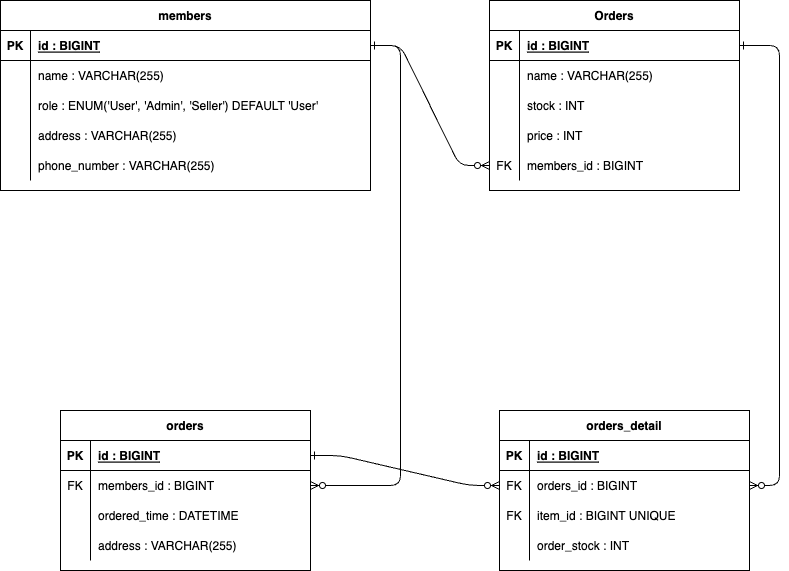
Above: erd/relational_diagram_order.png in young2866/MariaDB_syntax (draw.io), before the change. Source tidied: cells renumbered, new cells last; positions are measured from the earlier drawing's top-left corner, leaving out a move shared by most shapes.
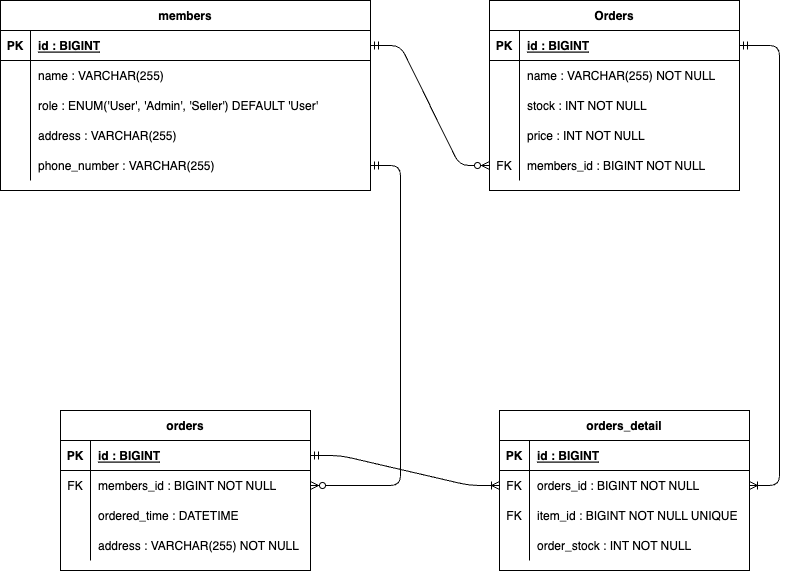
The same file after the commit.

What changed in the source:
```diff
@@ -2,10 +2,10 @@
   <root>
     <mxCell id="0" />
     <mxCell id="1" parent="0" />
-    <mxCell id="2" style="edgeStyle=entityRelationEdgeStyle;endArrow=ERzeroToMany;startArrow=ERone;endFill=1;startFill=0;" parent="1" edge="1" source="34" target="17">
+    <mxCell id="2" style="edgeStyle=entityRelationEdgeStyle;endArrow=ERzeroToMany;startArrow=ERmandOne;endFill=1;startFill=0;" parent="1" edge="1" source="34" target="17">
       <mxGeometry relative="1" as="geometry" />
     </mxCell>
-    <mxCell id="3" style="edgeStyle=entityRelationEdgeStyle;endArrow=ERzeroToMany;startArrow=ERone;endFill=1;startFill=0;" parent="1" edge="1" source="5" target="24">
+    <mxCell id="3" style="edgeStyle=entityRelationEdgeStyle;endArrow=ERoneToMany;startArrow=ERmandOne;endFill=0;startFill=0;" parent="1" edge="1" source="5" target="24">
       <mxGeometry relative="1" as="geometry" />
     </mxCell>
     <mxCell id="4" value="Orders" style="shape=table;startSize=30;rowLines=0;fontStyle=1;align=center;" parent="1" vertex="1">
@@ -26,7 +26,7 @@
     <mxCell id="9" style="shape=partialRectangle;overflow=hidden;fillColor=none;top=0;left=0;bottom=0;right=0;" parent="8" vertex="1">
       <mxGeometry width="30" height="30" as="geometry" />
     </mxCell>
-    <mxCell id="10" value="name : VARCHAR(255)" style="shape=partialRectangle;overflow=hidden;fillColor=none;top=0;left=0;bottom=0;right=0;align=left;spacingLeft=6;" parent="8" vertex="1">
+    <mxCell id="10" value="name : VARCHAR(255) NOT NULL" style="shape=partialRectangle;overflow=hidden;fillColor=none;top=0;left=0;bottom=0;right=0;align=left;spacingLeft=6;" parent="8" vertex="1">
       <mxGeometry x="30" width="220" height="30" as="geometry" />
     </mxCell>
     <mxCell id="11" style="shape=partialRectangle;fillColor=none;top=0;left=0;right=0;bottom=0;" parent="4" vertex="1">
@@ -35,7 +35,7 @@
     <mxCell id="12" style="shape=partialRectangle;overflow=hidden;fillColor=none;top=0;left=0;bottom=0;right=0;" parent="11" vertex="1">
       <mxGeometry width="30" height="30" as="geometry" />
     </mxCell>
-    <mxCell id="13" value="stock : INT" style="shape=partialRectangle;overflow=hidden;fillColor=none;top=0;left=0;bottom=0;right=0;align=left;spacingLeft=6;" parent="11" vertex="1">
+    <mxCell id="13" value="stock : INT NOT NULL" style="shape=partialRectangle;overflow=hidden;fillColor=none;top=0;left=0;bottom=0;right=0;align=left;spacingLeft=6;" parent="11" vertex="1">
       <mxGeometry x="30" width="220" height="30" as="geometry" />
     </mxCell>
     <mxCell id="14" style="shape=partialRectangle;fillColor=none;top=0;left=0;right=0;bottom=0;" parent="4" vertex="1">
@@ -44,7 +44,7 @@
     <mxCell id="15" style="shape=partialRectangle;overflow=hidden;fillColor=none;top=0;left=0;bottom=0;right=0;" parent="14" vertex="1">
       <mxGeometry width="30" height="30" as="geometry" />
     </mxCell>
-    <mxCell id="16" value="price : INT" style="shape=partialRectangle;overflow=hidden;fillColor=none;top=0;left=0;bottom=0;right=0;align=left;spacingLeft=6;" parent="14" vertex="1">
+    <mxCell id="16" value="price : INT NOT NULL" style="shape=partialRectangle;overflow=hidden;fillColor=none;top=0;left=0;bottom=0;right=0;align=left;spacingLeft=6;" parent="14" vertex="1">
       <mxGeometry x="30" width="220" height="30" as="geometry" />
     </mxCell>
     <mxCell id="17" style="shape=partialRectangle;fillColor=none;points=[[0,0.5],[1,0.5]];portConstraint=eastwest;top=0;left=0;right=0;bottom=0;" parent="4" vertex="1">
@@ -53,7 +53,7 @@
     <mxCell id="18" value="FK" style="shape=partialRectangle;overflow=hidden;fillColor=none;top=0;left=0;bottom=0;right=0;" parent="17" vertex="1">
       <mxGeometry width="30" height="30" as="geometry" />
     </mxCell>
-    <mxCell id="19" value="members_id : BIGINT" style="shape=partialRectangle;overflow=hidden;fillColor=none;top=0;left=0;bottom=0;right=0;align=left;spacingLeft=6;" parent="17" vertex="1">
+    <mxCell id="19" value="members_id : BIGINT NOT NULL" style="shape=partialRectangle;overflow=hidden;fillColor=none;top=0;left=0;bottom=0;right=0;align=left;spacingLeft=6;" parent="17" vertex="1">
       <mxGeometry x="30" width="220" height="30" as="geometry" />
     </mxCell>
     <mxCell id="20" value="orders_detail" style="shape=table;startSize=30;rowLines=0;fontStyle=1;align=center;" parent="1" vertex="1">
@@ -74,7 +74,7 @@
     <mxCell id="25" value="FK" style="shape=partialRectangle;overflow=hidden;fillColor=none;top=0;left=0;bottom=0;right=0;" parent="24" vertex="1">
       <mxGeometry width="30" height="30" as="geometry" />
     </mxCell>
-    <mxCell id="26" value="orders_id : BIGINT" style="shape=partialRectangle;overflow=hidden;fillColor=none;top=0;left=0;bottom=0;right=0;align=left;spacingLeft=6;" parent="24" vertex="1">
+    <mxCell id="26" value="orders_id : BIGINT NOT NULL" style="shape=partialRectangle;overflow=hidden;fillColor=none;top=0;left=0;bottom=0;right=0;align=left;spacingLeft=6;" parent="24" vertex="1">
       <mxGeometry x="30" width="220" height="30" as="geometry" />
     </mxCell>
     <mxCell id="27" style="shape=partialRectangle;fillColor=none;top=0;left=0;right=0;bottom=0;" parent="20" vertex="1">
@@ -83,7 +83,7 @@
     <mxCell id="28" value="FK" style="shape=partialRectangle;overflow=hidden;fillColor=none;top=0;left=0;bottom=0;right=0;" parent="27" vertex="1">
       <mxGeometry width="30" height="30" as="geometry" />
     </mxCell>
-    <mxCell id="29" value="item_id : BIGINT UNIQUE" style="shape=partialRectangle;overflow=hidden;fillColor=none;top=0;left=0;bottom=0;right=0;align=left;spacingLeft=6;" parent="27" vertex="1">
+    <mxCell id="29" value="item_id : BIGINT NOT NULL UNIQUE" style="shape=partialRectangle;overflow=hidden;fillColor=none;top=0;left=0;bottom=0;right=0;align=left;spacingLeft=6;" parent="27" vertex="1">
       <mxGeometry x="30" width="220" height="30" as="geometry" />
     </mxCell>
     <mxCell id="30" style="shape=partialRectangle;fillColor=none;top=0;left=0;right=0;bottom=0;" parent="20" vertex="1">
@@ -92,7 +92,7 @@
     <mxCell id="31" style="shape=partialRectangle;overflow=hidden;fillColor=none;top=0;left=0;bottom=0;right=0;" parent="30" vertex="1">
       <mxGeometry width="30" height="30" as="geometry" />
     </mxCell>
-    <mxCell id="32" value="order_stock : INT" style="shape=partialRectangle;overflow=hidden;fillColor=none;top=0;left=0;bottom=0;right=0;align=left;spacingLeft=6;" parent="30" vertex="1">
+    <mxCell id="32" value="order_stock : INT NOT NULL" style="shape=partialRectangle;overflow=hidden;fillColor=none;top=0;left=0;bottom=0;right=0;align=left;spacingLeft=6;" parent="30" vertex="1">
       <mxGeometry x="30" width="220" height="30" as="geometry" />
     </mxCell>
     <mxCell id="33" value="members" style="shape=table;startSize=30;rowLines=0;fontStyle=1;align=center;" parent="1" vertex="1">
@@ -161,7 +161,7 @@
     <mxCell id="54" value="FK" style="shape=partialRectangle;overflow=hidden;fillColor=none;top=0;left=0;bottom=0;right=0;" parent="53" vertex="1">
       <mxGeometry width="30" height="30" as="geometry" />
     </mxCell>
-    <mxCell id="55" value="members_id : BIGINT" style="shape=partialRectangle;overflow=hidden;fillColor=none;top=0;left=0;bottom=0;right=0;align=left;spacingLeft=6;" parent="53" vertex="1">
+    <mxCell id="55" value="members_id : BIGINT NOT NULL" style="shape=partialRectangle;overflow=hidden;fillColor=none;top=0;left=0;bottom=0;right=0;align=left;spacingLeft=6;" parent="53" vertex="1">
       <mxGeometry x="30" width="220" height="30" as="geometry" />
     </mxCell>
     <mxCell id="56" style="shape=partialRectangle;fillColor=none;top=0;left=0;right=0;bottom=0;" parent="49" vertex="1">
@@ -179,13 +179,13 @@
     <mxCell id="60" style="shape=partialRectangle;overflow=hidden;fillColor=none;top=0;left=0;bottom=0;right=0;" parent="59" vertex="1">
       <mxGeometry width="30" height="30" as="geometry" />
     </mxCell>
-    <mxCell id="61" value="address : VARCHAR(255)" style="shape=partialRectangle;overflow=hidden;fillColor=none;top=0;left=0;bottom=0;right=0;align=left;spacingLeft=6;" parent="59" vertex="1">
+    <mxCell id="61" value="address : VARCHAR(255) NOT NULL" style="shape=partialRectangle;overflow=hidden;fillColor=none;top=0;left=0;bottom=0;right=0;align=left;spacingLeft=6;" parent="59" vertex="1">
       <mxGeometry x="30" width="220" height="30" as="geometry" />
     </mxCell>
-    <mxCell id="62" style="edgeStyle=entityRelationEdgeStyle;endArrow=ERzeroToMany;startArrow=ERone;endFill=1;startFill=0;" parent="1" edge="1" source="34" target="53">
+    <mxCell id="62" style="edgeStyle=entityRelationEdgeStyle;endArrow=ERzeroToMany;startArrow=ERmandOne;endFill=1;startFill=0;" parent="1" edge="1" source="46" target="53">
       <mxGeometry relative="1" as="geometry" />
     </mxCell>
-    <mxCell id="63" style="edgeStyle=entityRelationEdgeStyle;endArrow=ERzeroToMany;startArrow=ERone;endFill=1;startFill=0;" parent="1" edge="1" source="50" target="24">
+    <mxCell id="63" style="edgeStyle=entityRelationEdgeStyle;endArrow=ERoneToMany;startArrow=ERmandOne;endFill=0;startFill=0;" parent="1" edge="1" source="50" target="24">
       <mxGeometry relative="1" as="geometry">
         <Array as="points">
           <mxPoint x="507" y="360" />
```
